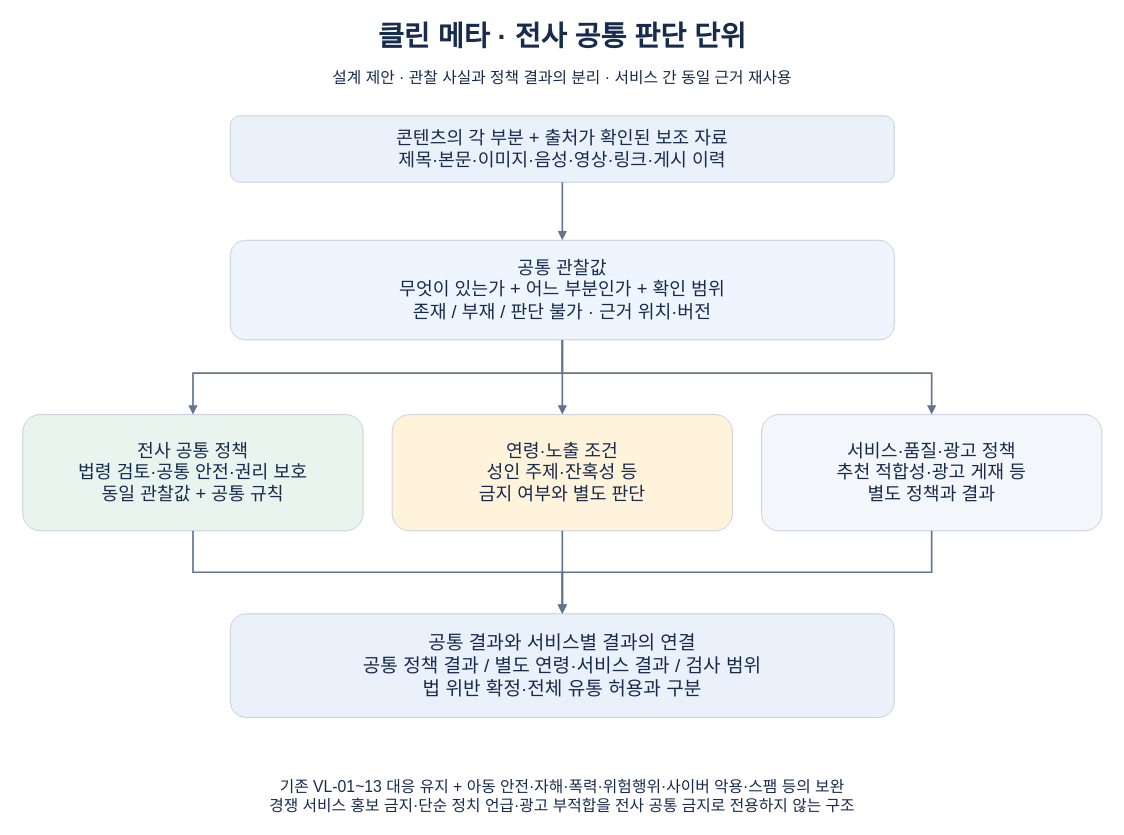
Earlier version of the draw.io diagram docs/experiments/cleanmeta/cleanmeta-policy-concept.drawio (onam2518/prism). Source tidied: cells renumbered, new cells numbered last; positions are measured from the earlier drawing's top-left corner, leaving out a move shared by most shapes. Both pictures are drawn from the tidied source at 83%, with x=0, y=0 at pixel (14, 14).
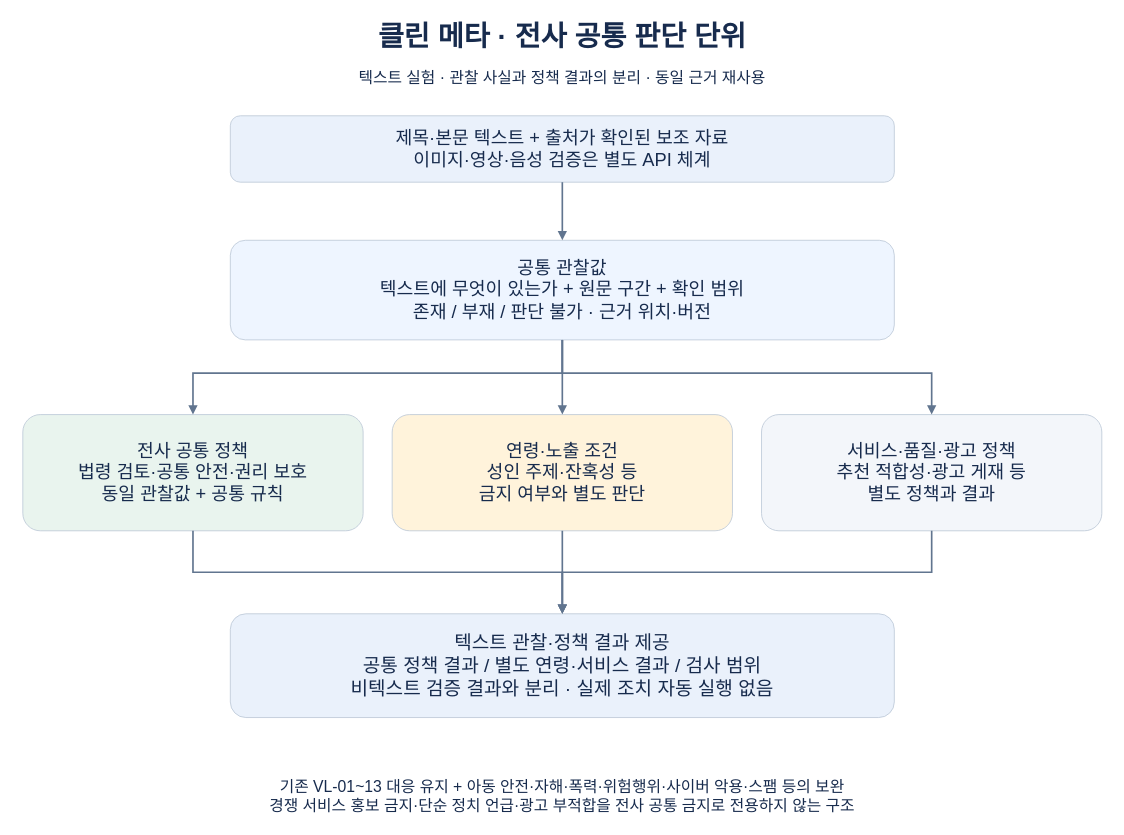
After the change.

Change to the diagram source:
```diff
@@
-    <mxCell id="3" value="설계 제안 · 관찰 사실과 정책 결과의 분리 · 서비스 간 동일 근거 재사용" style="rounded=1;whiteSpace=wrap;html=0;fillColor=none;strokeColor=none;fontColor=#172b4d;fontFamily=Apple SD Gothic Neo;fontSize=19;fontStyle=0;" parent="1" vertex="1">
+    <mxCell id="3" value="텍스트 실험 · 관찰 사실과 정책 결과의 분리 · 동일 근거 재사용" style="rounded=1;whiteSpace=wrap;html=0;fillColor=none;strokeColor=none;fontColor=#172b4d;fontFamily=Apple SD Gothic Neo;fontSize=19;fontStyle=0;" parent="1" vertex="1">
       <mxGeometry y="58" width="1320" height="38" as="geometry" />
     </mxCell>
-    <mxCell id="4" value="콘텐츠의 각 부분 + 출처가 확인된 보조 자료&#10;제목·본문·이미지·음성·영상·링크·게시 이력" style="rounded=1;whiteSpace=wrap;html=0;fillColor=#eaf1fb;strokeColor=#bdc9d8;fontColor=#172b4d;fontFamily=Apple SD Gothic Neo;fontSize=22;fontStyle=0;" parent="1" vertex="1">
+    <mxCell id="4" value="제목·본문 텍스트 + 출처가 확인된 보조 자료&#10;이미지·영상·음성 검증은 별도 API 체계" style="rounded=1;whiteSpace=wrap;html=0;fillColor=#eaf1fb;strokeColor=#bdc9d8;fontColor=#172b4d;fontFamily=Apple SD Gothic Neo;fontSize=22;fontStyle=0;" parent="1" vertex="1">
       <mxGeometry x="260" y="122" width="800" height="80" as="geometry" />
     </mxCell>
-    <mxCell id="5" value="공통 관찰값&#10;무엇이 있는가 + 어느 부분인가 + 확인 범위&#10;존재 / 부재 / 판단 불가 · 근거 위치·버전" style="rounded=1;whiteSpace=wrap;html=0;fillColor=#eef5ff;strokeColor=#bdc9d8;fontColor=#172b4d;fontFamily=Apple SD Gothic Neo;fontSize=22;fontStyle=0;" parent="1" vertex="1">
+    <mxCell id="5" value="공통 관찰값&#10;텍스트에 무엇이 있는가 + 원문 구간 + 확인 범위&#10;존재 / 부재 / 판단 불가 · 근거 위치·버전" style="rounded=1;whiteSpace=wrap;html=0;fillColor=#eef5ff;strokeColor=#bdc9d8;fontColor=#172b4d;fontFamily=Apple SD Gothic Neo;fontSize=22;fontStyle=0;" parent="1" vertex="1">
       <mxGeometry x="260" y="272" width="800" height="120" as="geometry" />
     </mxCell>
@@
-    <mxCell id="13" value="공통 결과와 서비스별 결과의 연결&#10;공통 정책 결과 / 별도 연령·서비스 결과 / 검사 범위&#10;법 위반 확정·전체 유통 허용과 구분" style="rounded=1;whiteSpace=wrap;html=0;fillColor=#eaf1fb;strokeColor=#bdc9d8;fontColor=#172b4d;fontFamily=Apple SD Gothic Neo;fontSize=23;fontStyle=0;" parent="1" vertex="1">
+    <mxCell id="13" value="텍스트 관찰·정책 결과 제공&#10;공통 정책 결과 / 별도 연령·서비스 결과 / 검사 범위&#10;비텍스트 검증 결과와 분리 · 실제 조치 자동 실행 없음" style="rounded=1;whiteSpace=wrap;html=0;fillColor=#eaf1fb;strokeColor=#bdc9d8;fontColor=#172b4d;fontFamily=Apple SD Gothic Neo;fontSize=23;fontStyle=0;" parent="1" vertex="1">
       <mxGeometry x="260" y="722" width="800" height="125" as="geometry" />
     </mxCell>
```
